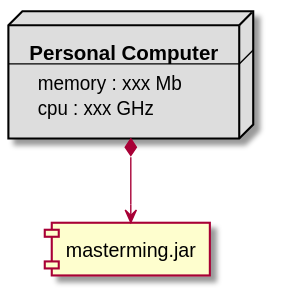
This is docs/build/docs/asciidoc/images/diagramaDespliegue.svg from amartinm82/mastermind, a PlantUML export, as it was before one commit. Source of this version:
```plantuml
@startuml

node node #DDDDDD [
<b>Personal Computer</b>
----
memory : xxx Mb
cpu : xxx GHz
]

[ masterming.jar ] as component

node *--> component
@enduml
```
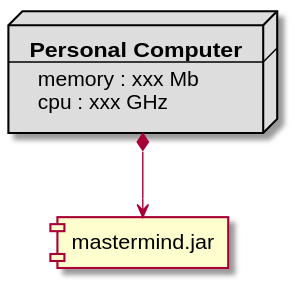
After the commit.

The edit, as a diff of the source:
```diff
@@ -7,7 +7,7 @@
 cpu : xxx GHz
 ]
 
-[ masterming.jar ] as component
+[ mastermind.jar ] as component
 
 node *--> component
 @enduml
```
